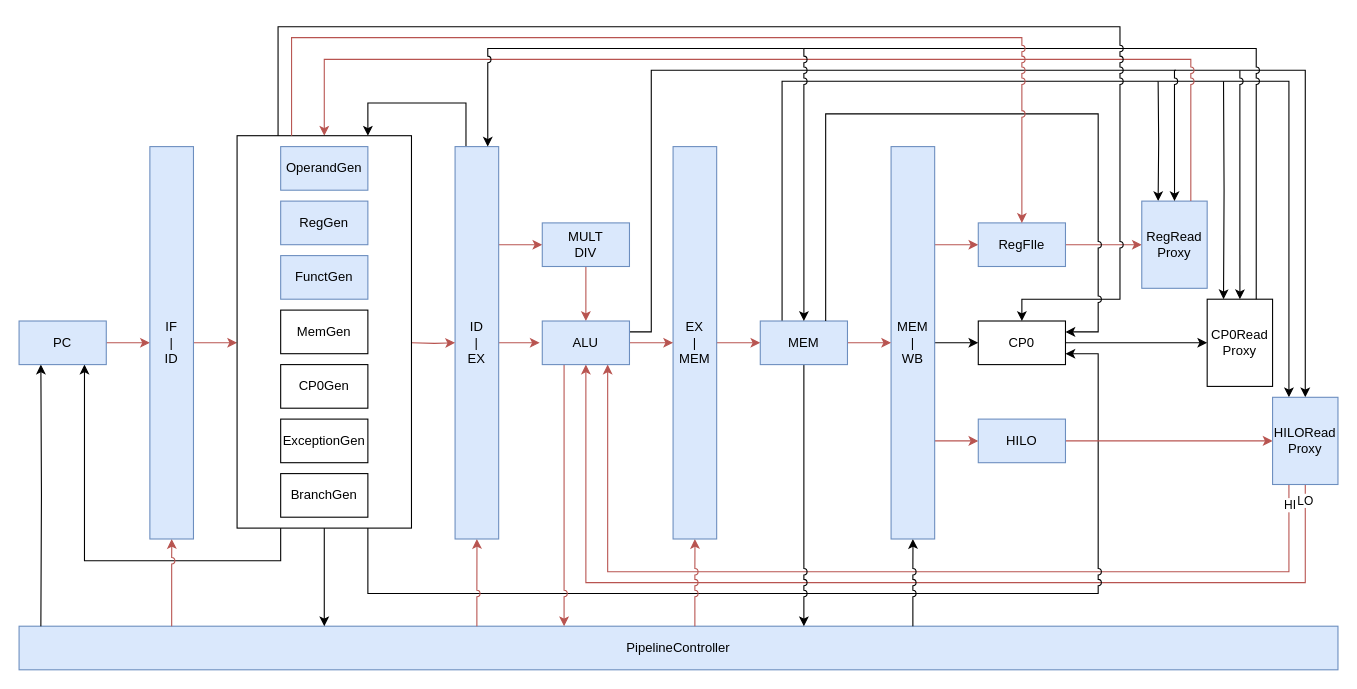
This is CS/ExternMIPS/算术运算指令/MULT.drawio from umiskky/Diagrams, a draw.io file, before an edit. Source tidied: cells renumbered, new cells numbered last; positions are measured from the earlier drawing's top-left corner, leaving out a move shared by most shapes. Both pictures are drawn from the tidied source at 109%, with x=0, y=0 at pixel (19, 26).
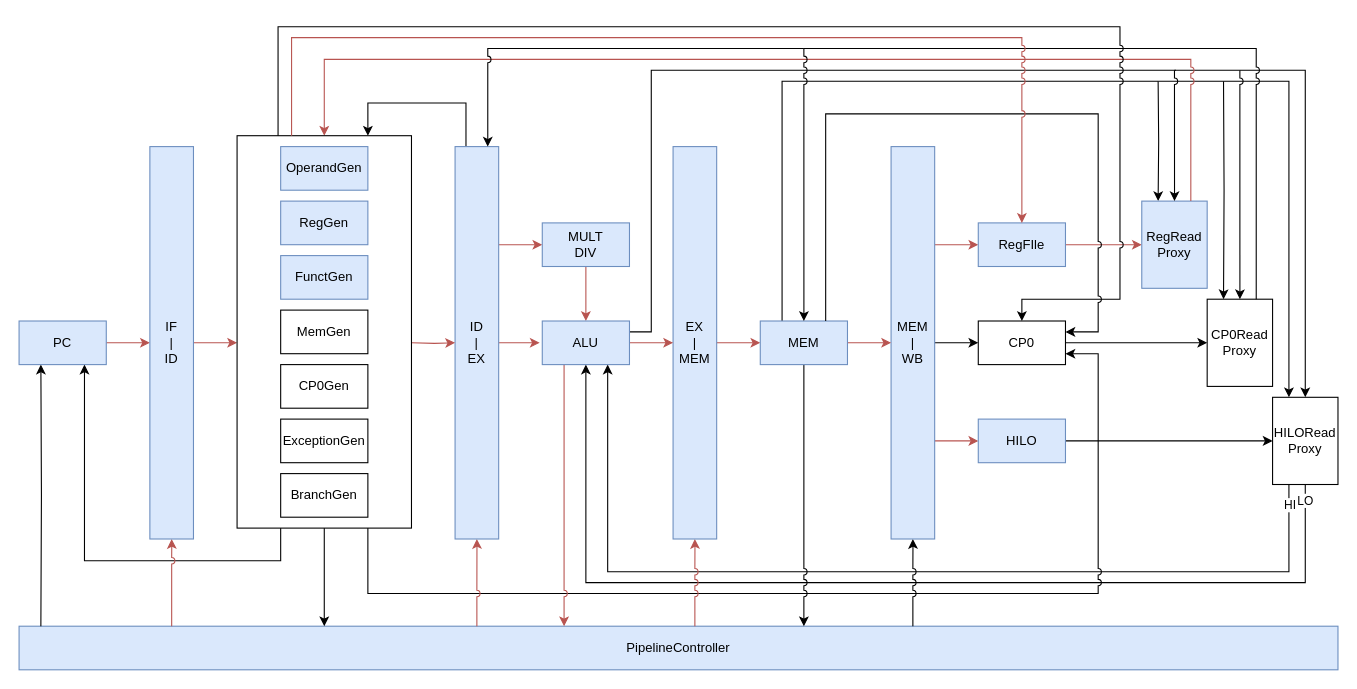
The same page after the edit.

The change refers to these unchanged cells:
```xml
<mxCell id="40" value="ALU" style="rounded=0;whiteSpace=wrap;html=1;fillColor=#dae8fc;strokeColor=#6c8ebf;" parent="1" vertex="1">
  <mxGeometry x="480" y="270" width="80" height="40" as="geometry" />
</mxCell>
<mxCell id="49" value="HILO" style="rounded=0;whiteSpace=wrap;html=1;fillColor=#dae8fc;strokeColor=#6c8ebf;" parent="1" vertex="1">
  <mxGeometry x="880" y="360" width="80" height="40" as="geometry" />
</mxCell>
```

What changed in the source:
```diff
@@
-    <mxCell id="6" style="edgeStyle=orthogonalEdgeStyle;rounded=0;jettySize=auto;html=1;exitX=0.5;exitY=1;exitDx=0;exitDy=0;entryX=0.5;entryY=1;entryDx=0;entryDy=0;fillColor=#f8cecc;strokeColor=#b85450;" parent="1" edge="1" source="54" target="40">
+    <mxCell id="6" style="edgeStyle=orthogonalEdgeStyle;rounded=0;jettySize=auto;html=1;exitX=0.5;exitY=1;exitDx=0;exitDy=0;entryX=0.5;entryY=1;entryDx=0;entryDy=0;" parent="1" edge="1" source="54" target="40">
       <mxGeometry relative="1" as="geometry">
         <Array as="points">
           <mxPoint x="1180" y="510" />
           <mxPoint x="520" y="510" />
         </Array>
       </mxGeometry>
     </mxCell>
@@
-    <mxCell id="8" style="edgeStyle=orthogonalEdgeStyle;rounded=0;jettySize=auto;html=1;exitX=0.25;exitY=1;exitDx=0;exitDy=0;entryX=0.75;entryY=1;entryDx=0;entryDy=0;fillColor=#f8cecc;strokeColor=#b85450;" parent="1" edge="1" source="54" target="40">
+    <mxCell id="8" style="edgeStyle=orthogonalEdgeStyle;rounded=0;jettySize=auto;html=1;exitX=0.25;exitY=1;exitDx=0;exitDy=0;entryX=0.75;entryY=1;entryDx=0;entryDy=0;" parent="1" edge="1" source="54" target="40">
       <mxGeometry relative="1" as="geometry">
         <Array as="points">
           <mxPoint x="1165" y="500" />
           <mxPoint x="540" y="500" />
         </Array>
       </mxGeometry>
     </mxCell>
@@
-    <mxCell id="48" style="edgeStyle=orthogonalEdgeStyle;rounded=0;jettySize=auto;html=1;exitX=1;exitY=0.5;exitDx=0;exitDy=0;entryX=0;entryY=0.5;entryDx=0;entryDy=0;fillColor=#f8cecc;strokeColor=#b85450;" parent="1" edge="1" source="49" target="54">
+    <mxCell id="48" style="edgeStyle=orthogonalEdgeStyle;rounded=0;jettySize=auto;html=1;exitX=1;exitY=0.5;exitDx=0;exitDy=0;entryX=0;entryY=0.5;entryDx=0;entryDy=0;" parent="1" edge="1" source="49" target="54">
       <mxGeometry relative="1" as="geometry" />
     </mxCell>
@@
-    <mxCell id="54" value="HILORead&lt;br&gt;Proxy" style="rounded=0;whiteSpace=wrap;html=1;fillColor=#dae8fc;strokeColor=#6c8ebf;" parent="1" vertex="1">
+    <mxCell id="54" value="HILORead&lt;br&gt;Proxy" style="rounded=0;whiteSpace=wrap;html=1;" parent="1" vertex="1">
       <mxGeometry x="1150" y="340" width="60" height="80" as="geometry" />
     </mxCell>
```
